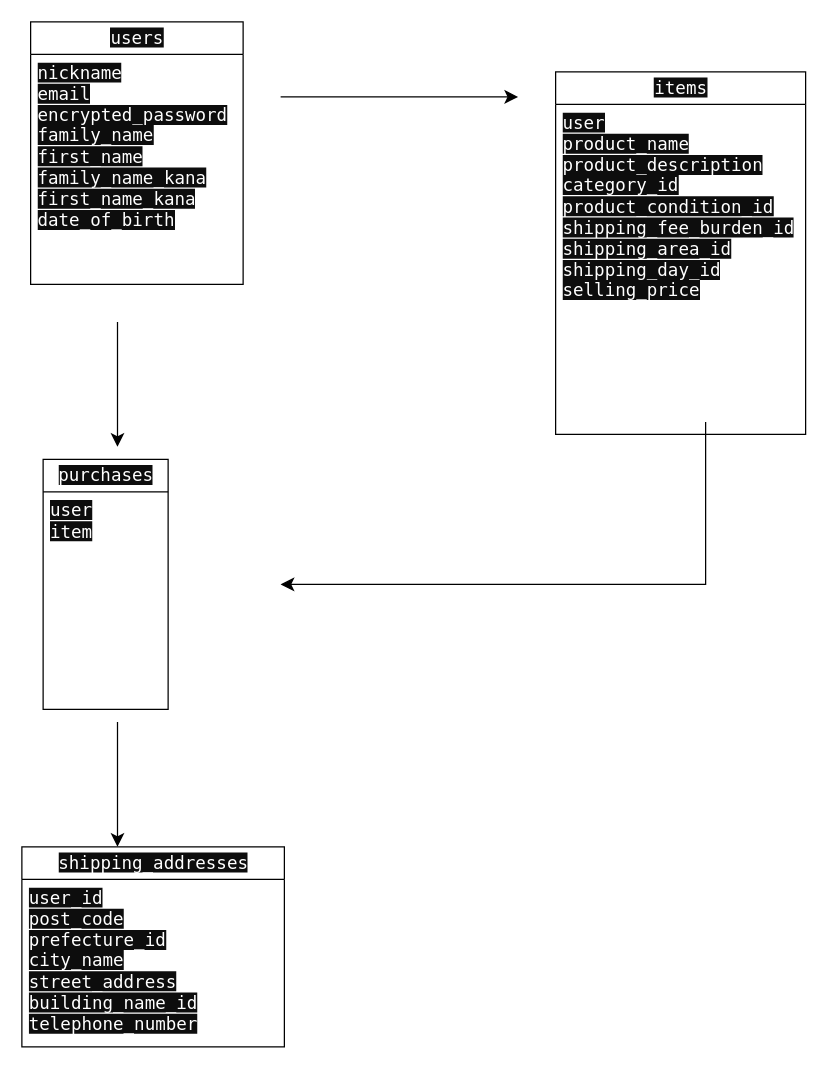
Earlier version of the draw.io diagram furima.dio (sasakibambi/furima-40499). Source tidied: cells renumbered, new cells numbered last; positions are measured from the earlier drawing's top-left corner, leaving out a move shared by most shapes. Both pictures are drawn from the tidied source at 125%, with x=0, y=0 at pixel (-45, 21).
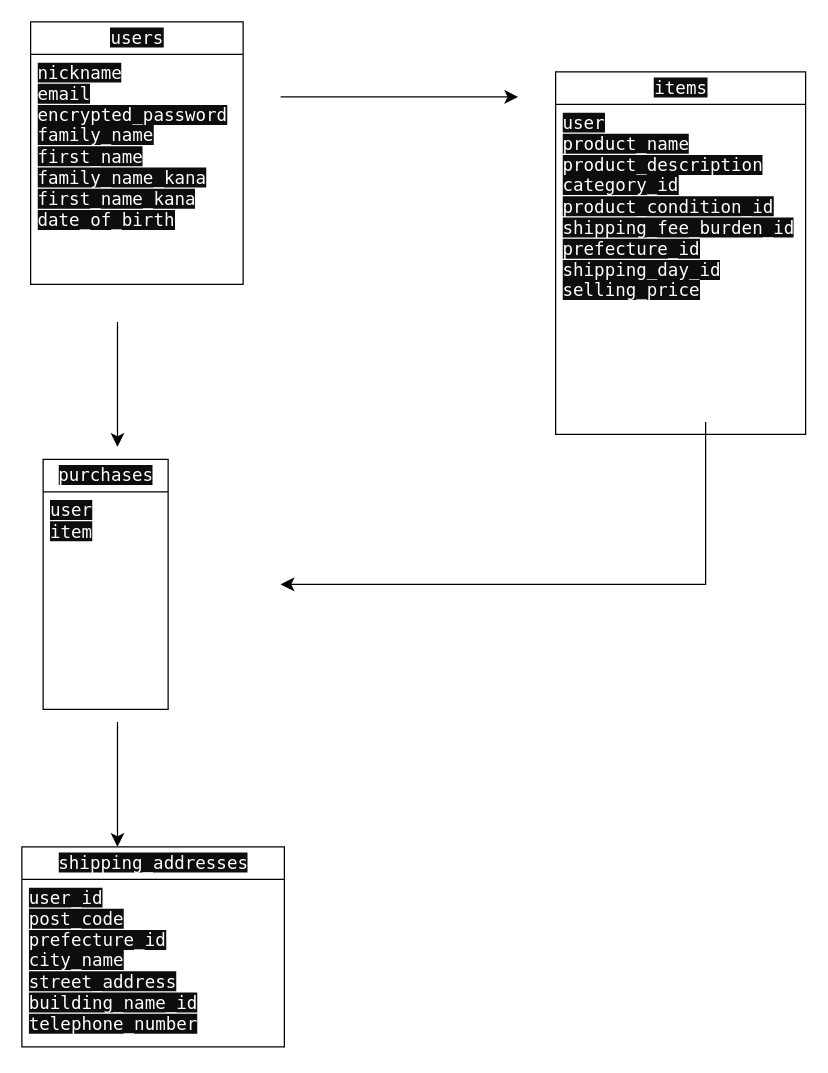
Above is the later version.

Commit message:
データベース設計(修正3-1)

The change refers to these unchanged cells:
```xml
<mxCell id="7" value="&lt;span style=&quot;color: rgb(255, 255, 255); font-family: &amp;quot;Söhne Mono&amp;quot;, Monaco, &amp;quot;Andale Mono&amp;quot;, &amp;quot;Ubuntu Mono&amp;quot;, monospace; font-size: 14px; text-align: left; background-color: rgb(13, 13, 13);&quot;&gt;items  &lt;/span&gt;" style="swimlane;fontStyle=0;horizontal=1;startSize=26;fillColor=none;html=1;" parent="1" vertex="1">
  <mxGeometry x="480" y="40" width="200" height="290" as="geometry" />
</mxCell>
```

What changed in the source:
```diff
@@
-    <mxCell id="8" value="&lt;span style=&quot;color: rgb(255, 255, 255); font-family: &amp;quot;Söhne Mono&amp;quot;, Monaco, &amp;quot;Andale Mono&amp;quot;, &amp;quot;Ubuntu Mono&amp;quot;, monospace; font-size: 14px; background-color: rgb(13, 13, 13);&quot;&gt;user&lt;/span&gt;&lt;span style=&quot;color: rgb(255, 255, 255); font-family: &amp;quot;Söhne Mono&amp;quot;, Monaco, &amp;quot;Andale Mono&amp;quot;, &amp;quot;Ubuntu Mono&amp;quot;, monospace; font-size: 14px; background-color: rgb(13, 13, 13);&quot;&gt;&lt;br&gt;&lt;/span&gt;&lt;span style=&quot;color: rgb(255, 255, 255); font-family: &amp;quot;Söhne Mono&amp;quot;, Monaco, &amp;quot;Andale Mono&amp;quot;, &amp;quot;Ubuntu Mono&amp;quot;, monospace; font-size: 14px; background-color: rgb(13, 13, 13);&quot;&gt;product_name&lt;br&gt;&lt;/span&gt;&lt;span style=&quot;color: rgb(255, 255, 255); font-family: &amp;quot;Söhne Mono&amp;quot;, Monaco, &amp;quot;Andale Mono&amp;quot;, &amp;quot;Ubuntu Mono&amp;quot;, monospace; font-size: 14px; background-color: rgb(13, 13, 13);&quot;&gt;product_description&lt;br&gt;&lt;/span&gt;&lt;span style=&quot;color: rgb(255, 255, 255); font-family: &amp;quot;Söhne Mono&amp;quot;, Monaco, &amp;quot;Andale Mono&amp;quot;, &amp;quot;Ubuntu Mono&amp;quot;, monospace; font-size: 14px; background-color: rgb(13, 13, 13);&quot;&gt;category_id&lt;br&gt;&lt;/span&gt;&lt;span style=&quot;color: rgb(255, 255, 255); font-family: &amp;quot;Söhne Mono&amp;quot;, Monaco, &amp;quot;Andale Mono&amp;quot;, &amp;quot;Ubuntu Mono&amp;quot;, monospace; font-size: 14px; background-color: rgb(13, 13, 13);&quot;&gt; product_condition_id&lt;br&gt;shipping_fee_burden_id&lt;br&gt;&lt;/span&gt;&lt;span style=&quot;color: rgb(255, 255, 255); font-family: &amp;quot;Söhne Mono&amp;quot;, Monaco, &amp;quot;Andale Mono&amp;quot;, &amp;quot;Ubuntu Mono&amp;quot;, monospace; font-size: 14px; background-color: rgb(13, 13, 13);&quot;&gt;shipping_area_id&lt;br&gt;&lt;/span&gt;&lt;span style=&quot;color: rgb(255, 255, 255); font-family: &amp;quot;Söhne Mono&amp;quot;, Monaco, &amp;quot;Andale Mono&amp;quot;, &amp;quot;Ubuntu Mono&amp;quot;, monospace; font-size: 14px; background-color: rgb(13, 13, 13);&quot;&gt;shipping_day_id&lt;br&gt;&lt;/span&gt;&lt;span style=&quot;color: rgb(255, 255, 255); font-family: &amp;quot;Söhne Mono&amp;quot;, Monaco, &amp;quot;Andale Mono&amp;quot;, &amp;quot;Ubuntu Mono&amp;quot;, monospace; font-size: 14px; background-color: rgb(13, 13, 13);&quot;&gt;selling_price&lt;br&gt;&lt;/span&gt;&lt;span style=&quot;color: rgb(255, 255, 255); font-family: &amp;quot;Söhne Mono&amp;quot;, Monaco, &amp;quot;Andale Mono&amp;quot;, &amp;quot;Ubuntu Mono&amp;quot;, monospace; font-size: 14px; background-color: rgb(13, 13, 13);&quot;&gt;&lt;br&gt;&lt;/span&gt;" style="text;strokeColor=none;fillColor=none;align=left;verticalAlign=top;spacingLeft=4;spacingRight=4;overflow=hidden;whiteSpace=wrap;html=1;" parent="7" vertex="1">
+    <mxCell id="8" value="&lt;span style=&quot;color: rgb(255, 255, 255); font-family: &amp;quot;Söhne Mono&amp;quot;, Monaco, &amp;quot;Andale Mono&amp;quot;, &amp;quot;Ubuntu Mono&amp;quot;, monospace; font-size: 14px; background-color: rgb(13, 13, 13);&quot;&gt;user&lt;/span&gt;&lt;span style=&quot;color: rgb(255, 255, 255); font-family: &amp;quot;Söhne Mono&amp;quot;, Monaco, &amp;quot;Andale Mono&amp;quot;, &amp;quot;Ubuntu Mono&amp;quot;, monospace; font-size: 14px; background-color: rgb(13, 13, 13);&quot;&gt;&lt;br&gt;&lt;/span&gt;&lt;span style=&quot;color: rgb(255, 255, 255); font-family: &amp;quot;Söhne Mono&amp;quot;, Monaco, &amp;quot;Andale Mono&amp;quot;, &amp;quot;Ubuntu Mono&amp;quot;, monospace; font-size: 14px; background-color: rgb(13, 13, 13);&quot;&gt;product_name&lt;br&gt;&lt;/span&gt;&lt;span style=&quot;color: rgb(255, 255, 255); font-family: &amp;quot;Söhne Mono&amp;quot;, Monaco, &amp;quot;Andale Mono&amp;quot;, &amp;quot;Ubuntu Mono&amp;quot;, monospace; font-size: 14px; background-color: rgb(13, 13, 13);&quot;&gt;product_description&lt;br&gt;&lt;/span&gt;&lt;span style=&quot;color: rgb(255, 255, 255); font-family: &amp;quot;Söhne Mono&amp;quot;, Monaco, &amp;quot;Andale Mono&amp;quot;, &amp;quot;Ubuntu Mono&amp;quot;, monospace; font-size: 14px; background-color: rgb(13, 13, 13);&quot;&gt;category_id&lt;br&gt;&lt;/span&gt;&lt;span style=&quot;color: rgb(255, 255, 255); font-family: &amp;quot;Söhne Mono&amp;quot;, Monaco, &amp;quot;Andale Mono&amp;quot;, &amp;quot;Ubuntu Mono&amp;quot;, monospace; font-size: 14px; background-color: rgb(13, 13, 13);&quot;&gt; product_condition_id&lt;br&gt;shipping_fee_burden_id&lt;br&gt;&lt;/span&gt;&lt;span style=&quot;color: rgb(255, 255, 255); font-family: &amp;quot;Söhne Mono&amp;quot;, Monaco, &amp;quot;Andale Mono&amp;quot;, &amp;quot;Ubuntu Mono&amp;quot;, monospace; font-size: 14px; background-color: rgb(13, 13, 13);&quot;&gt;prefecture_id&lt;br&gt;&lt;/span&gt;&lt;span style=&quot;color: rgb(255, 255, 255); font-family: &amp;quot;Söhne Mono&amp;quot;, Monaco, &amp;quot;Andale Mono&amp;quot;, &amp;quot;Ubuntu Mono&amp;quot;, monospace; font-size: 14px; background-color: rgb(13, 13, 13);&quot;&gt;shipping_day_id&lt;br&gt;&lt;/span&gt;&lt;span style=&quot;color: rgb(255, 255, 255); font-family: &amp;quot;Söhne Mono&amp;quot;, Monaco, &amp;quot;Andale Mono&amp;quot;, &amp;quot;Ubuntu Mono&amp;quot;, monospace; font-size: 14px; background-color: rgb(13, 13, 13);&quot;&gt;selling_price&lt;br&gt;&lt;/span&gt;&lt;span style=&quot;color: rgb(255, 255, 255); font-family: &amp;quot;Söhne Mono&amp;quot;, Monaco, &amp;quot;Andale Mono&amp;quot;, &amp;quot;Ubuntu Mono&amp;quot;, monospace; font-size: 14px; background-color: rgb(13, 13, 13);&quot;&gt;&lt;br&gt;&lt;/span&gt;" style="text;strokeColor=none;fillColor=none;align=left;verticalAlign=top;spacingLeft=4;spacingRight=4;overflow=hidden;whiteSpace=wrap;html=1;" parent="7" vertex="1">
       <mxGeometry y="26" width="200" height="264" as="geometry" />
     </mxCell>
```
